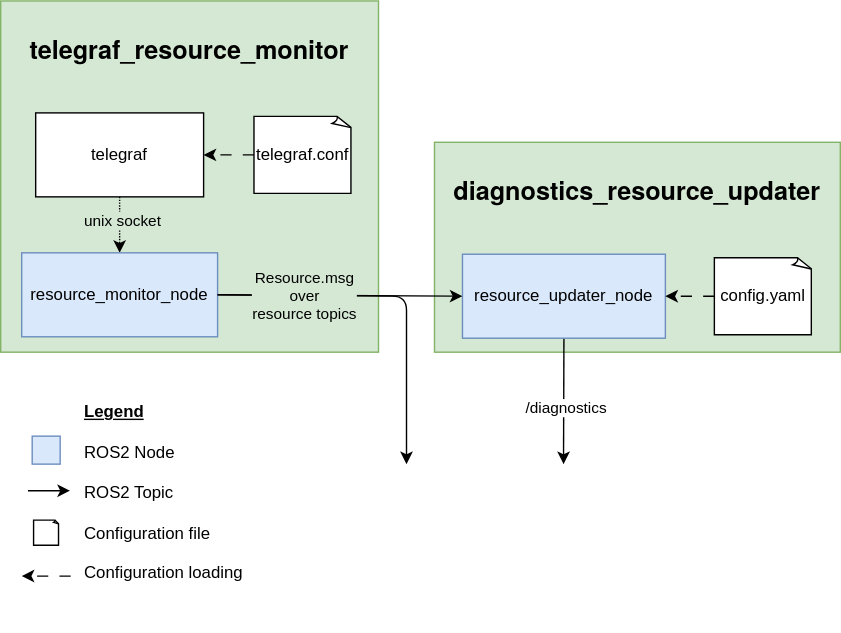
The draw.io diagram images/architecture_diagram.drawio.svg in Bart-van-Ingen/telegraf_resource_monitor, before a commit. Source tidied: cells renumbered, new cells last; positions are measured from the earlier drawing's top-left corner, leaving out a move shared by most shapes.
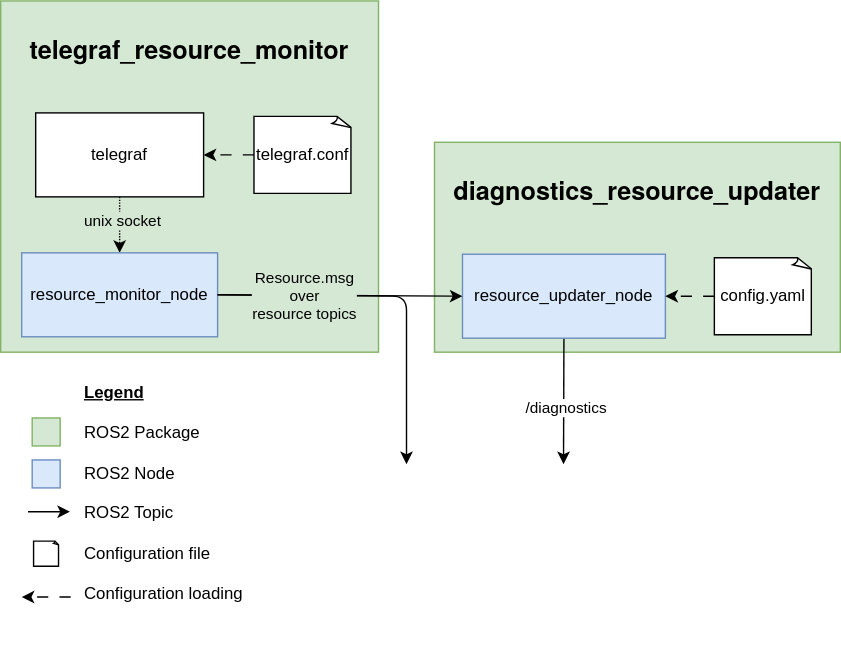
Above is the later version.

Diff of the diagram source:
```diff
@@ -61,26 +61,29 @@
         <mxPoint x="-75" y="-68" as="offset" />
       </mxGeometry>
     </mxCell>
-    <mxCell id="18" value="&lt;b&gt;&lt;u&gt;Legend&lt;/u&gt;&lt;/b&gt;&lt;div&gt;&lt;b&gt;&lt;u&gt;&lt;br&gt;&lt;/u&gt;&lt;/b&gt;&lt;/div&gt;&lt;div&gt;ROS2 Node&lt;/div&gt;&lt;div&gt;&lt;br&gt;&lt;/div&gt;&lt;div&gt;ROS2 Topic&lt;/div&gt;&lt;div&gt;&lt;br&gt;&lt;/div&gt;&lt;div&gt;Configuration file&lt;/div&gt;&lt;div&gt;&lt;br&gt;&lt;/div&gt;&lt;div&gt;Configuration loading&lt;/div&gt;&lt;div&gt;&lt;br&gt;&lt;/div&gt;&lt;div&gt;&lt;br&gt;&lt;/div&gt;" style="text;html=1;align=left;verticalAlign=middle;strokeColor=none;fillColor=none;" parent="1" vertex="1">
-      <mxGeometry x="57.5" y="281" width="140" height="170" as="geometry" />
+    <mxCell id="18" value="&lt;b&gt;&lt;u&gt;Legend&lt;/u&gt;&lt;/b&gt;&lt;div&gt;&lt;b&gt;&lt;u&gt;&lt;br&gt;&lt;/u&gt;&lt;/b&gt;&lt;/div&gt;&lt;div&gt;ROS2 Package&lt;/div&gt;&lt;div&gt;&lt;br&gt;&lt;/div&gt;&lt;div&gt;ROS2 Node&lt;/div&gt;&lt;div&gt;&lt;br&gt;&lt;/div&gt;&lt;div&gt;ROS2 Topic&lt;/div&gt;&lt;div&gt;&lt;br&gt;&lt;/div&gt;&lt;div&gt;Configuration file&lt;/div&gt;&lt;div&gt;&lt;br&gt;&lt;/div&gt;&lt;div&gt;Configuration loading&lt;/div&gt;&lt;div&gt;&lt;br&gt;&lt;/div&gt;&lt;div&gt;&lt;br&gt;&lt;/div&gt;" style="text;html=1;align=left;verticalAlign=middle;strokeColor=none;fillColor=none;" parent="1" vertex="1">
+      <mxGeometry x="57.5" y="266" width="140" height="200" as="geometry" />
     </mxCell>
     <mxCell id="19" style="whiteSpace=wrap;html=1;fillColor=#dae8fc;strokeColor=#6c8ebf;" parent="1" vertex="1">
-      <mxGeometry x="22.5" y="311" width="20" height="20" as="geometry" />
+      <mxGeometry x="22.5" y="328" width="20" height="20" as="geometry" />
     </mxCell>
     <mxCell id="20" style="edgeStyle=none;orthogonalLoop=1;jettySize=auto;html=1;" parent="1" edge="1">
       <mxGeometry relative="1" as="geometry">
-        <mxPoint x="19.5" y="350" as="sourcePoint" />
-        <mxPoint x="49.5" y="350" as="targetPoint" />
+        <mxPoint x="19.5" y="365" as="sourcePoint" />
+        <mxPoint x="49.5" y="365" as="targetPoint" />
       </mxGeometry>
     </mxCell>
     <mxCell id="21" style="whiteSpace=wrap;html=1;shape=mxgraph.basic.document;" parent="1" vertex="1">
-      <mxGeometry x="23.5" y="371" width="18" height="18" as="geometry" />
+      <mxGeometry x="23.5" y="386" width="18" height="18" as="geometry" />
     </mxCell>
     <mxCell id="22" style="edgeStyle=none;html=1;dashed=1;dashPattern=8 8;" parent="1" edge="1">
       <mxGeometry relative="1" as="geometry">
-        <mxPoint x="50" y="411" as="sourcePoint" />
-        <mxPoint x="15" y="411" as="targetPoint" />
+        <mxPoint x="50" y="426" as="sourcePoint" />
+        <mxPoint x="15" y="426" as="targetPoint" />
       </mxGeometry>
     </mxCell>
+    <mxCell id="23" style="whiteSpace=wrap;html=1;fillColor=#d5e8d4;strokeColor=#82b366;" parent="1" vertex="1">
+      <mxGeometry x="22.5" y="298" width="20" height="20" as="geometry" />
+    </mxCell>
   </root>
 </mxGraphModel>
```
